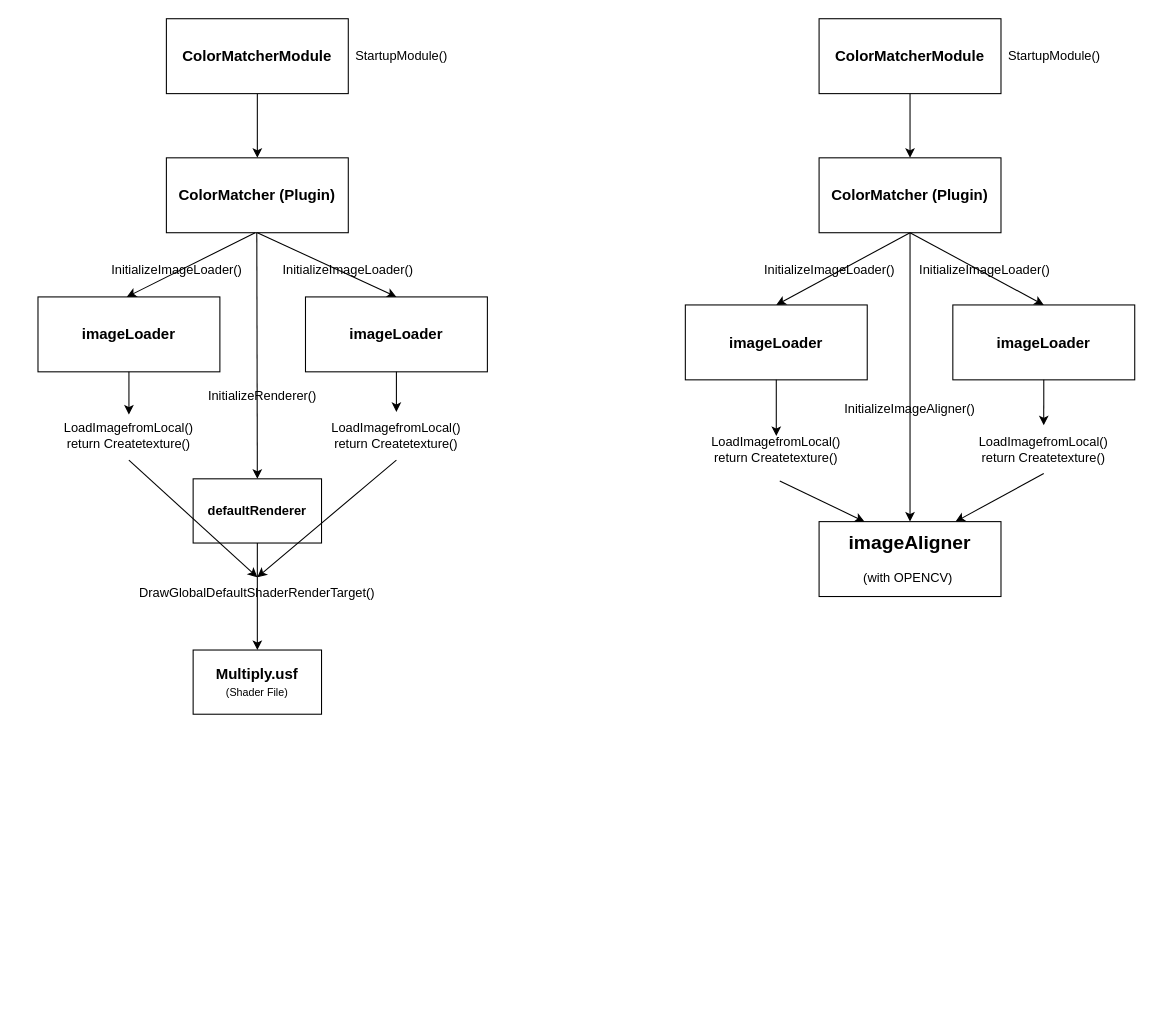
LimSeokHyun1/Nestjs_Practice keeps this draw.io diagram as 제목 없는 다이어그램.drawio. Above is the earlier version. Source tidied: cells renumbered, new cells numbered last; positions are measured from the earlier drawing's top-left corner, leaving out a move shared by most shapes. Both pictures are drawn from the tidied source at 107%, with x=0, y=0 at pixel (17, 18).
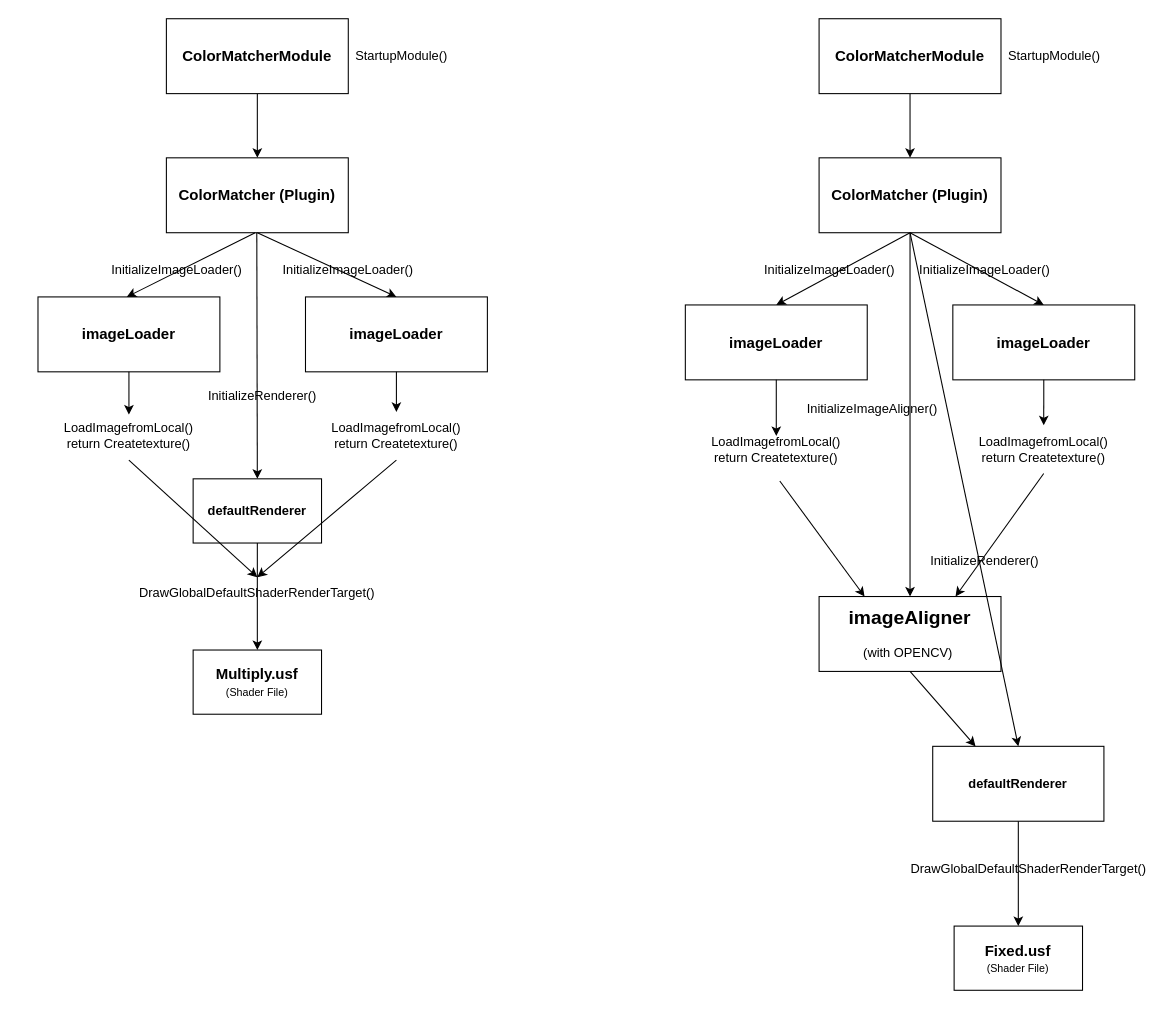
Above is the later version.

Commit message:
제목 없는 다이어그램.drawio 업데이트

The change refers to these unchanged cells:
```xml
<mxCell id="29" value="&lt;b&gt;&lt;font style=&quot;font-size: 14px;&quot;&gt;ColorMatcher (Plugin)&lt;/font&gt;&lt;/b&gt;" style="rounded=0;whiteSpace=wrap;html=1;" parent="1" vertex="1">
  <mxGeometry x="749" y="130" width="170" height="70" as="geometry" />
</mxCell>
```

Change to the diagram source:
```diff
@@
     <mxCell id="19" value="InitializeImageAligner()" style="text;html=1;strokeColor=none;fillColor=none;align=center;verticalAlign=middle;whiteSpace=wrap;rounded=0;" parent="1" vertex="1">
-      <mxGeometry x="804" y="350" width="60" height="30" as="geometry" />
+      <mxGeometry x="769" y="350" width="60" height="30" as="geometry" />
     </mxCell>
@@
     <mxCell id="25" value="&lt;font style=&quot;&quot;&gt;&lt;b style=&quot;&quot;&gt;&lt;font style=&quot;font-size: 18px;&quot;&gt;imageAligner&lt;/font&gt;&lt;br&gt;&lt;/b&gt;&lt;font style=&quot;font-size: 12px;&quot;&gt;&lt;br&gt;(with OPENCV)&lt;b style=&quot;&quot;&gt;&amp;nbsp;&lt;/b&gt;&lt;/font&gt;&lt;/font&gt;" style="rounded=0;whiteSpace=wrap;html=1;" parent="1" vertex="1">
-      <mxGeometry x="749" y="470" width="170" height="70" as="geometry" />
+      <mxGeometry x="749" y="540" width="170" height="70" as="geometry" />
     </mxCell>
@@
+    <mxCell id="43" style="endArrow=classic;html=1;rounded=0;entryX=0.5;entryY=0;entryDx=0;entryDy=0;exitX=0.5;exitY=1;exitDx=0;exitDy=0;" parent="1" edge="1" source="29" target="44">
+      <mxGeometry relative="1" as="geometry" />
+    </mxCell>
+    <mxCell id="44" value="&lt;b&gt;defaultRenderer&lt;/b&gt;" style="rounded=0;whiteSpace=wrap;html=1;" parent="1" vertex="1">
+      <mxGeometry x="855.2" y="680" width="160" height="70" as="geometry" />
+    </mxCell>
+    <mxCell id="45" value="InitializeRenderer()" style="text;html=1;strokeColor=none;fillColor=none;align=center;verticalAlign=middle;whiteSpace=wrap;rounded=0;" parent="1" vertex="1">
+      <mxGeometry x="874" y="492" width="60" height="30" as="geometry" />
+    </mxCell>
+    <mxCell id="46" style="endArrow=classic;html=1;rounded=0;exitX=0.5;exitY=1;exitDx=0;exitDy=0;entryX=0.25;entryY=0;entryDx=0;entryDy=0;" parent="1" edge="1" source="25" target="44">
+      <mxGeometry relative="1" as="geometry" />
+    </mxCell>
+    <mxCell id="47" value="&lt;span style=&quot;border-color: var(--border-color);&quot;&gt;&lt;font style=&quot;border-color: var(--border-color);&quot;&gt;&lt;b style=&quot;font-size: 14px;&quot;&gt;Fixed.usf&lt;/b&gt;&lt;br&gt;&lt;font style=&quot;font-size: 10px;&quot;&gt;(Shader File)&lt;/font&gt;&lt;br&gt;&lt;/font&gt;&lt;/span&gt;" style="rounded=0;whiteSpace=wrap;html=1;" parent="1" vertex="1">
+      <mxGeometry x="875.2" y="848" width="120" height="60" as="geometry" />
+    </mxCell>
+    <mxCell id="48" value="DrawGlobalDefaultShaderRenderTarget()" style="text;html=1;strokeColor=none;fillColor=none;align=center;verticalAlign=middle;whiteSpace=wrap;rounded=0;" parent="1" vertex="1">
+      <mxGeometry x="826.8" y="780" width="236" height="30" as="geometry" />
+    </mxCell>
+    <mxCell id="49" style="endArrow=classic;html=1;rounded=0;exitX=0.5;exitY=1;exitDx=0;exitDy=0;entryX=0.5;entryY=0;entryDx=0;entryDy=0;" parent="1" edge="1" source="44" target="47">
+      <mxGeometry relative="1" as="geometry" />
+    </mxCell>
```
